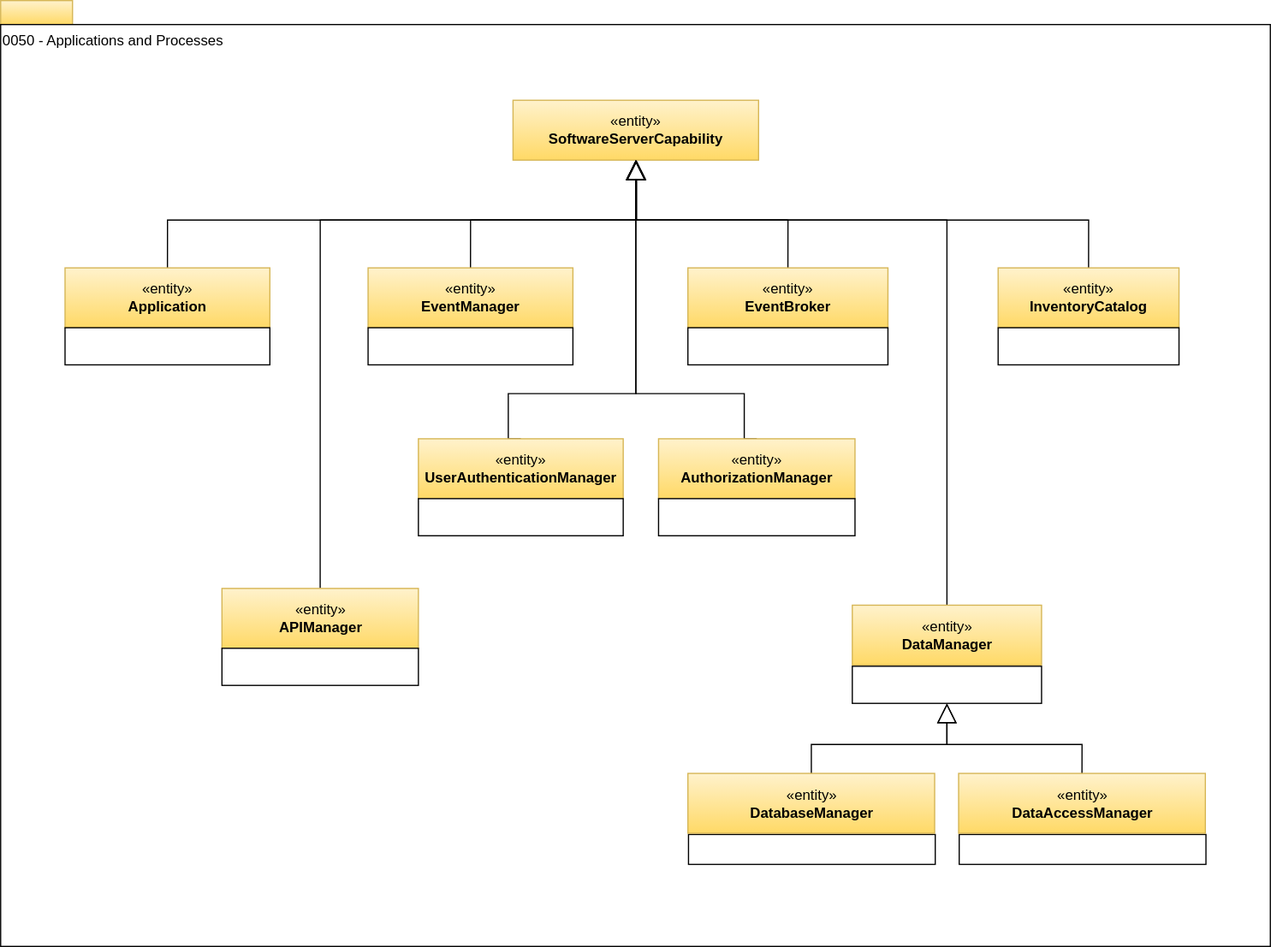
Earlier version of the draw.io export site/docs/types/0/0050-Applications-and-Processes.svg (odpi/egeria-docs). Source tidied: cells renumbered, new cells last; positions are measured from the earlier drawing's top-left corner, leaving out a move shared by most shapes.
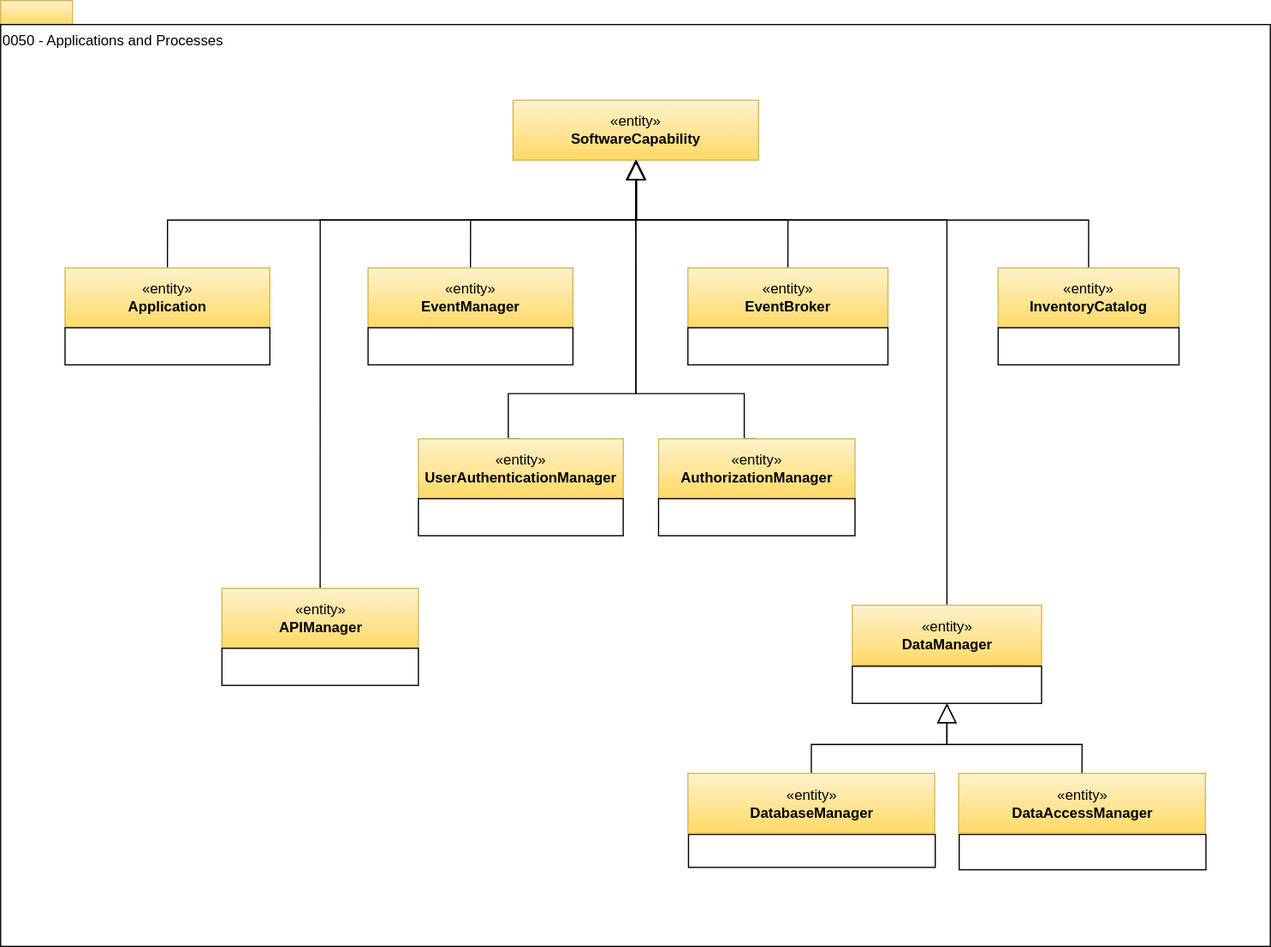
After the change.

The edit, as a diff of the source:
```diff
@@ -14,7 +14,7 @@
     <mxCell id="5" value="«entity»&lt;br&gt;&lt;b&gt;Application&lt;/b&gt;" style="html=1;strokeColor=#d6b656;align=center;fillColor=#fff2cc;gradientColor=#ffd966;" parent="1" vertex="1">
       <mxGeometry x="53.8" y="223.2" width="171" height="50" as="geometry" />
     </mxCell>
-    <mxCell id="6" value="«entity»&lt;br&gt;&lt;b&gt;SoftwareServerCapability&lt;/b&gt;" style="html=1;strokeColor=#d6b656;align=center;fillColor=#fff2cc;gradientColor=#ffd966;" parent="1" vertex="1">
+    <mxCell id="6" value="«entity»&lt;br&gt;&lt;b&gt;SoftwareCapability&lt;/b&gt;" style="html=1;strokeColor=#d6b656;align=center;fillColor=#fff2cc;gradientColor=#ffd966;" parent="1" vertex="1">
       <mxGeometry x="427.8" y="83.2" width="205" height="50" as="geometry" />
     </mxCell>
     <mxCell id="7" style="edgeStyle=orthogonalEdgeStyle;rounded=0;jettySize=auto;html=1;exitX=0.5;exitY=0;exitDx=0;exitDy=0;entryX=0.5;entryY=1;entryDx=0;entryDy=0;endArrow=block;endFill=0;endSize=14;" parent="1" edge="1" source="8" target="6">
@@ -75,7 +75,7 @@
       <mxGeometry x="306.8" y="223.2" width="171" height="50" as="geometry" />
     </mxCell>
     <mxCell id="21" style="rounded=0;whiteSpace=wrap;html=1;strokeColor=#000000;gradientColor=#ffffff;align=left;" parent="1" vertex="1">
-      <mxGeometry x="574.2" y="696.5" width="206" height="25" as="geometry" />
+      <mxGeometry x="574.2" y="696.5" width="206" height="27.5" as="geometry" />
     </mxCell>
     <mxCell id="22" style="edgeStyle=orthogonalEdgeStyle;rounded=0;jettySize=auto;html=1;entryX=0.5;entryY=1;entryDx=0;entryDy=0;endArrow=block;endFill=0;endSize=14;" parent="1" edge="1" source="23" target="15">
       <mxGeometry relative="1" as="geometry" />
@@ -118,7 +118,7 @@
       <mxGeometry x="348.8" y="416" width="171" height="31" as="geometry" />
     </mxCell>
     <mxCell id="32" style="rounded=0;whiteSpace=wrap;html=1;strokeColor=#000000;gradientColor=#ffffff;align=left;" parent="1" vertex="1">
-      <mxGeometry x="800.2" y="696.5" width="206" height="25" as="geometry" />
+      <mxGeometry x="800.2" y="696.5" width="206" height="29.5" as="geometry" />
     </mxCell>
     <mxCell id="33" style="edgeStyle=orthogonalEdgeStyle;rounded=0;jettySize=auto;html=1;entryX=0.5;entryY=1;entryDx=0;entryDy=0;endArrow=block;endFill=0;endSize=14;exitX=0.5;exitY=0;exitDx=0;exitDy=0;" parent="1" edge="1" source="34" target="15">
       <mxGeometry relative="1" as="geometry" />
```
